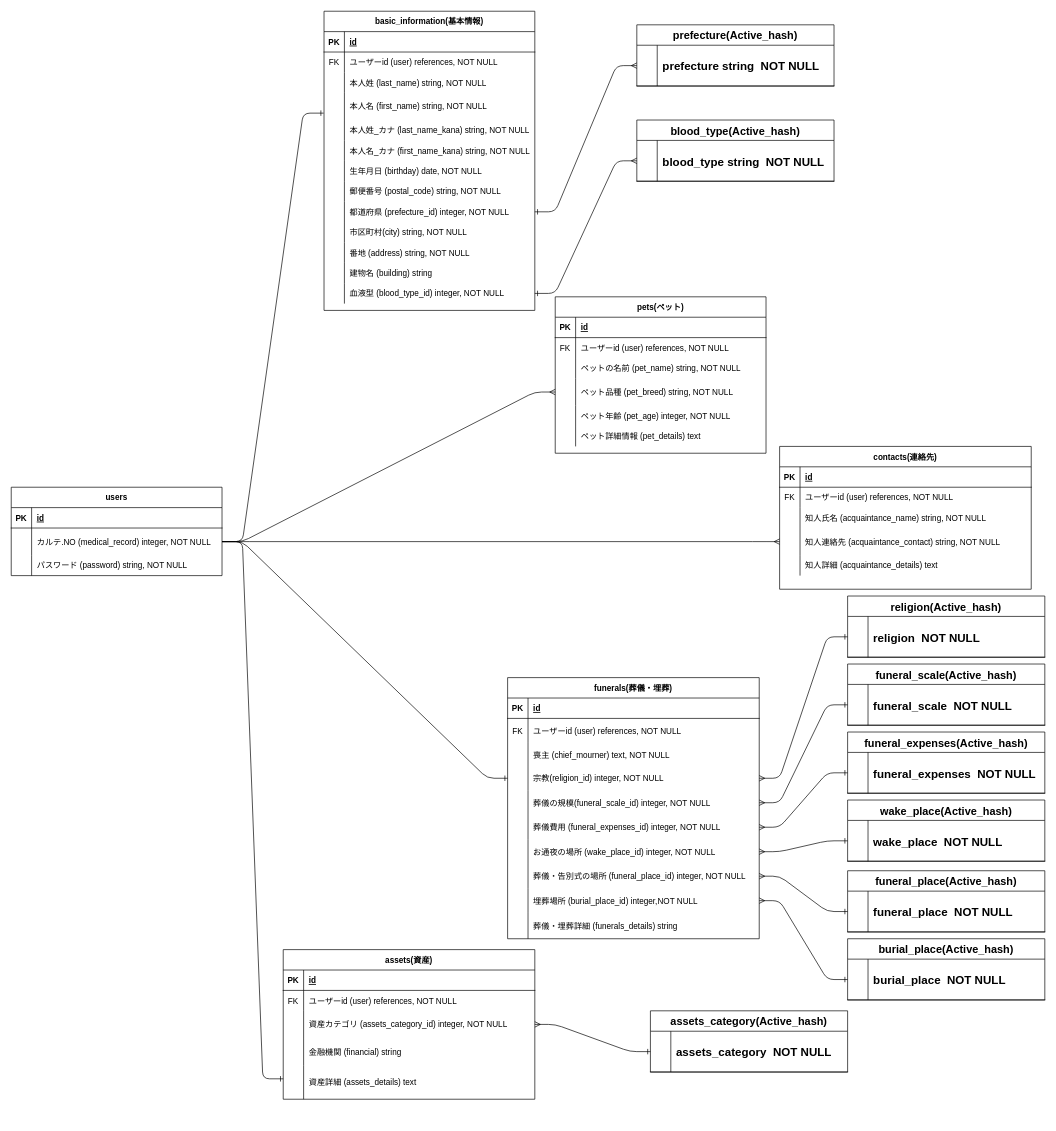
Before: ending.dio in sutogone/ending_note, a draw.io diagram. Source tidied: cells renumbered, new cells numbered last; positions are measured from the earlier drawing's top-left corner, leaving out a move shared by most shapes. Both pictures are drawn from the tidied source at 68%, with x=0, y=0 at pixel (11, 11).
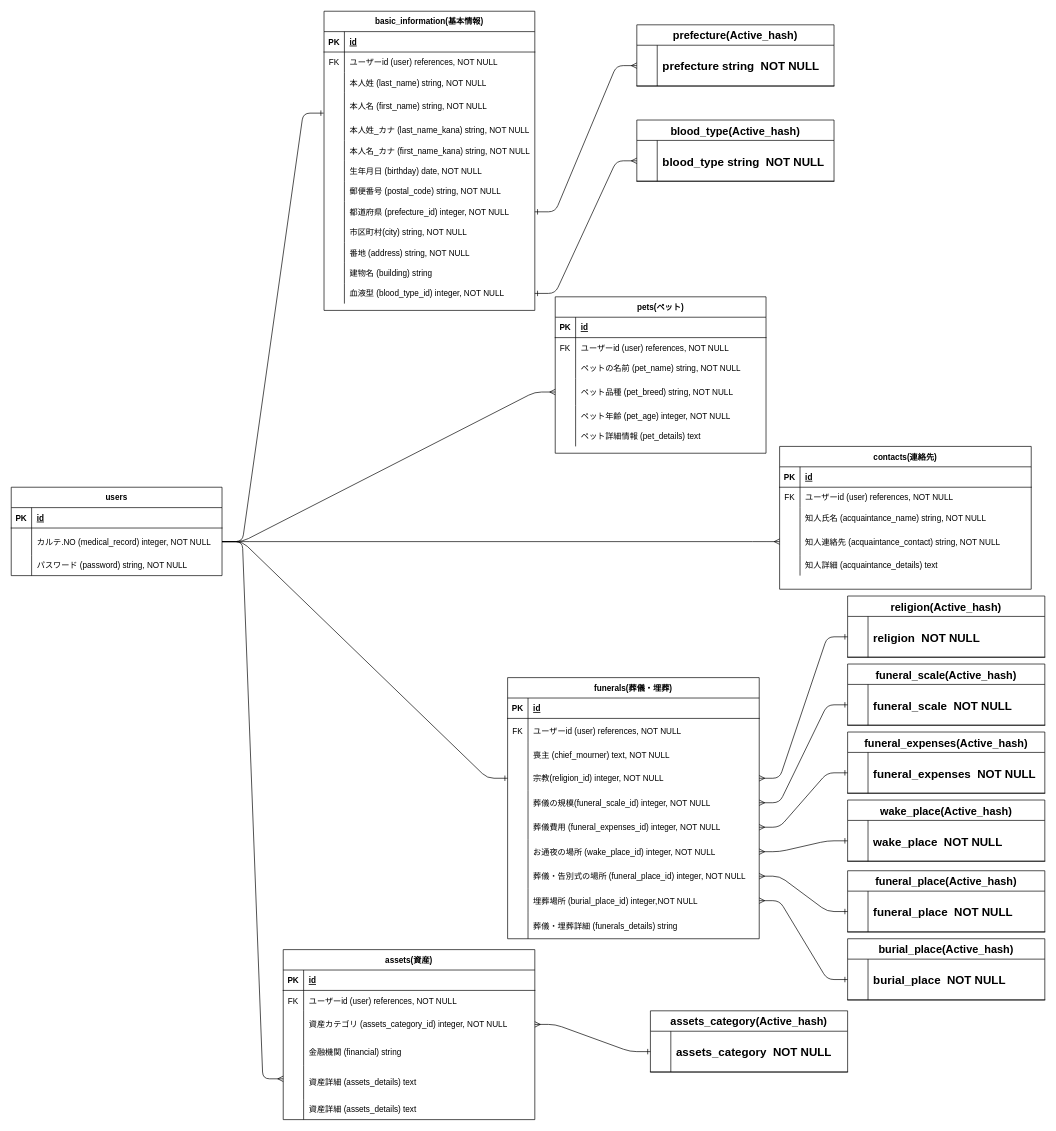
The same page after the edit.

Commit message:
ER図の誤記を修正

Unchanged cells that the change refers to:
```xml
<mxCell id="51" style="shape=partialRectangle;fillColor=none;top=0;left=0;bottom=0;right=0;points=[[0,0.5],[1,0.5]];portConstraint=eastwest;" parent="47" vertex="1">
  <mxGeometry y="60" width="310" height="40" as="geometry" />
</mxCell>
```

Diff of the diagram source:
```diff
@@
-    <mxCell id="5" style="edgeStyle=entityRelationEdgeStyle;fontSize=12;html=1;endArrow=ERone;endFill=1;entryX=0;entryY=0.5;entryDx=0;entryDy=0;exitX=1;exitY=0.5;exitDx=0;exitDy=0;" parent="1" edge="1" source="51">
+    <mxCell id="5" style="edgeStyle=entityRelationEdgeStyle;fontSize=12;html=1;endArrow=ERmany;endFill=0;entryX=0;entryY=0.5;entryDx=0;entryDy=0;exitX=1;exitY=0.5;exitDx=0;exitDy=0;" parent="1" edge="1" source="51">
       <mxGeometry relative="1" as="geometry">
         <mxPoint x="400" y="1570" as="targetPoint" />
       </mxGeometry>
     </mxCell>
@@
     <mxCell id="168" value="assets(資産)" style="shape=table;startSize=30;childLayout=tableLayout;rowLines=0;fontStyle=1;align=center;" parent="1" vertex="1">
-      <mxGeometry x="400" y="1380" width="370" height="220" as="geometry" />
+      <mxGeometry x="400" y="1380" width="370" height="250" as="geometry" />
     </mxCell>
@@
+    <mxCell id="184" style="shape=partialRectangle;fillColor=none;top=0;left=0;bottom=0;right=0;" parent="168" vertex="1">
+      <mxGeometry y="170" width="370" height="50" as="geometry" />
+    </mxCell>
+    <mxCell id="185" style="shape=partialRectangle;fillColor=none;top=0;left=0;bottom=0;right=0;overflow=hidden;" parent="184" vertex="1">
+      <mxGeometry width="30" height="50" as="geometry" />
+    </mxCell>
+    <mxCell id="186" value="資産詳細 (assets_details) text" style="shape=partialRectangle;fillColor=none;top=0;left=0;bottom=0;right=0;align=left;spacingLeft=6;overflow=hidden;" parent="184" vertex="1">
+      <mxGeometry x="30" width="340" height="50" as="geometry" />
+    </mxCell>
     <mxCell id="181" style="shape=partialRectangle;fillColor=none;top=0;left=0;bottom=0;right=0;" parent="168" vertex="1">
-      <mxGeometry y="170" width="370" height="50" as="geometry" />
+      <mxGeometry y="220" width="370" height="30" as="geometry" />
     </mxCell>
     <mxCell id="182" style="shape=partialRectangle;fillColor=none;top=0;left=0;bottom=0;right=0;overflow=hidden;" parent="181" vertex="1">
-      <mxGeometry width="30" height="50" as="geometry" />
+      <mxGeometry width="30" height="30" as="geometry" />
     </mxCell>
     <mxCell id="183" value="資産詳細 (assets_details) text" style="shape=partialRectangle;fillColor=none;top=0;left=0;bottom=0;right=0;align=left;spacingLeft=6;overflow=hidden;" parent="181" vertex="1">
-      <mxGeometry x="30" width="340" height="50" as="geometry" />
+      <mxGeometry x="30" width="340" height="30" as="geometry" />
     </mxCell>
```
